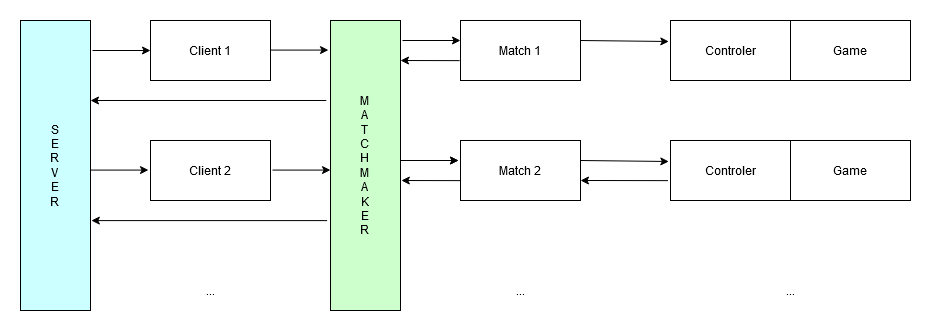
Earlier version of the draw.io export deliverables/img/VirtualMatches.png (rickycorte/ing-sw-2020-attorre-burduja-cortelazzo). Source tidied: cells renumbered, new cells last; positions are measured from the earlier drawing's top-left corner, leaving out a move shared by most shapes. Its diagram source:
```xml
<mxGraphModel>
  <root>
    <mxCell id="0" />
    <mxCell id="1" parent="0" />
    <mxCell id="2" value="Client 1" style="rounded=0;whiteSpace=wrap;html=1;" parent="1" vertex="1">
      <mxGeometry x="130" width="120" height="60" as="geometry" />
    </mxCell>
    <mxCell id="3" value="Client 2" style="rounded=0;whiteSpace=wrap;html=1;" parent="1" vertex="1">
      <mxGeometry x="130" y="120" width="120" height="60" as="geometry" />
    </mxCell>
    <mxCell id="4" value="&lt;div&gt;M&lt;/div&gt;&lt;div&gt;A&lt;br&gt;T&lt;br&gt;C&lt;/div&gt;&lt;div&gt;H&lt;/div&gt;&lt;div&gt;M&lt;/div&gt;&lt;div&gt;A&lt;/div&gt;&lt;div&gt;K&lt;/div&gt;&lt;div&gt;E&lt;/div&gt;&lt;div&gt;R&lt;br&gt;&lt;/div&gt;" style="rounded=0;whiteSpace=wrap;html=1;fillColor=#CCFFCC;" parent="1" vertex="1">
      <mxGeometry x="310" width="70" height="290" as="geometry" />
    </mxCell>
    <mxCell id="5" value="Match 1" style="rounded=0;whiteSpace=wrap;html=1;" parent="1" vertex="1">
      <mxGeometry x="440" width="120" height="60" as="geometry" />
    </mxCell>
    <mxCell id="6" value="Match 2" style="rounded=0;whiteSpace=wrap;html=1;" parent="1" vertex="1">
      <mxGeometry x="440" y="120" width="120" height="60" as="geometry" />
    </mxCell>
    <mxCell id="7" value="..." style="text;html=1;strokeColor=none;fillColor=none;align=center;verticalAlign=middle;whiteSpace=wrap;rounded=0;" parent="1" vertex="1">
      <mxGeometry x="170" y="260" width="40" height="20" as="geometry" />
    </mxCell>
    <mxCell id="8" value="..." style="text;html=1;strokeColor=none;fillColor=none;align=center;verticalAlign=middle;whiteSpace=wrap;rounded=0;" parent="1" vertex="1">
      <mxGeometry x="480" y="260" width="40" height="20" as="geometry" />
    </mxCell>
    <mxCell id="9" value="Controler" style="rounded=0;whiteSpace=wrap;html=1;" parent="1" vertex="1">
      <mxGeometry x="650" width="120" height="60" as="geometry" />
    </mxCell>
    <mxCell id="10" value="Game" style="rounded=0;whiteSpace=wrap;html=1;fillColor=#FFFFFF;" parent="1" vertex="1">
      <mxGeometry x="770" width="120" height="60" as="geometry" />
    </mxCell>
    <mxCell id="11" value="Controler" style="rounded=0;whiteSpace=wrap;html=1;" parent="1" vertex="1">
      <mxGeometry x="650" y="120" width="120" height="60" as="geometry" />
    </mxCell>
    <mxCell id="12" value="Game" style="rounded=0;whiteSpace=wrap;html=1;" parent="1" vertex="1">
      <mxGeometry x="770" y="120" width="120" height="60" as="geometry" />
    </mxCell>
    <mxCell id="13" value="..." style="text;html=1;strokeColor=none;fillColor=none;align=center;verticalAlign=middle;whiteSpace=wrap;rounded=0;" parent="1" vertex="1">
      <mxGeometry x="750" y="260" width="40" height="20" as="geometry" />
    </mxCell>
    <mxCell id="14" style="endArrow=classic;html=1;entryX=0;entryY=0.5;entryDx=0;entryDy=0;" parent="1" edge="1" target="2">
      <mxGeometry relative="1" as="geometry">
        <mxPoint x="72" y="30" as="sourcePoint" />
      </mxGeometry>
    </mxCell>
    <mxCell id="15" style="endArrow=classic;html=1;entryX=0;entryY=0.5;entryDx=0;entryDy=0;" parent="1" edge="1">
      <mxGeometry relative="1" as="geometry">
        <mxPoint x="70" y="149.6" as="sourcePoint" />
        <mxPoint x="128" y="149.6" as="targetPoint" />
      </mxGeometry>
    </mxCell>
    <mxCell id="16" style="endArrow=classic;html=1;entryX=0;entryY=0.5;entryDx=0;entryDy=0;" parent="1" edge="1">
      <mxGeometry relative="1" as="geometry">
        <mxPoint x="250" y="29.6" as="sourcePoint" />
        <mxPoint x="308" y="29.6" as="targetPoint" />
      </mxGeometry>
    </mxCell>
    <mxCell id="17" style="endArrow=classic;html=1;entryX=0;entryY=0.5;entryDx=0;entryDy=0;" parent="1" edge="1">
      <mxGeometry relative="1" as="geometry">
        <mxPoint x="252" y="149.6" as="sourcePoint" />
        <mxPoint x="310" y="149.6" as="targetPoint" />
      </mxGeometry>
    </mxCell>
    <mxCell id="18" style="endArrow=classic;html=1;entryX=0;entryY=0.5;entryDx=0;entryDy=0;" parent="1" edge="1">
      <mxGeometry relative="1" as="geometry">
        <mxPoint x="382" y="20" as="sourcePoint" />
        <mxPoint x="440" y="20" as="targetPoint" />
      </mxGeometry>
    </mxCell>
    <mxCell id="19" style="endArrow=classic;html=1;entryX=0;entryY=0.5;entryDx=0;entryDy=0;" parent="1" edge="1">
      <mxGeometry relative="1" as="geometry">
        <mxPoint x="380" y="140" as="sourcePoint" />
        <mxPoint x="438" y="140" as="targetPoint" />
      </mxGeometry>
    </mxCell>
    <mxCell id="20" style="endArrow=classic;html=1;entryX=1.012;entryY=0.69;entryDx=0;entryDy=0;entryPerimeter=0;exitX=-0.048;exitY=0.69;exitDx=0;exitDy=0;exitPerimeter=0;" parent="1" edge="1" source="4" target="28">
      <mxGeometry relative="1" as="geometry" />
    </mxCell>
    <mxCell id="21" style="endArrow=classic;html=1;entryX=1.012;entryY=0.69;entryDx=0;entryDy=0;entryPerimeter=0;exitX=-0.048;exitY=0.69;exitDx=0;exitDy=0;exitPerimeter=0;" parent="1" edge="1">
      <mxGeometry relative="1" as="geometry">
        <mxPoint x="305.8" y="80" as="sourcePoint" />
        <mxPoint x="70" y="80" as="targetPoint" />
      </mxGeometry>
    </mxCell>
    <mxCell id="22" style="endArrow=classic;html=1;exitX=-0.007;exitY=0.669;exitDx=0;exitDy=0;exitPerimeter=0;" parent="1" edge="1" source="5">
      <mxGeometry relative="1" as="geometry">
        <mxPoint x="380" y="40" as="targetPoint" />
      </mxGeometry>
    </mxCell>
    <mxCell id="23" style="endArrow=classic;html=1;entryX=-0.014;entryY=0.35;entryDx=0;entryDy=0;entryPerimeter=0;" parent="1" edge="1" target="9">
      <mxGeometry relative="1" as="geometry">
        <mxPoint x="560" y="20" as="sourcePoint" />
      </mxGeometry>
    </mxCell>
    <mxCell id="24" style="endArrow=classic;html=1;exitX=-0.007;exitY=0.669;exitDx=0;exitDy=0;exitPerimeter=0;" parent="1" edge="1">
      <mxGeometry relative="1" as="geometry">
        <mxPoint x="440" y="160.1" as="sourcePoint" />
        <mxPoint x="380.8" y="160" as="targetPoint" />
      </mxGeometry>
    </mxCell>
    <mxCell id="25" style="endArrow=classic;html=1;entryX=0;entryY=0.5;entryDx=0;entryDy=0;" parent="1" edge="1">
      <mxGeometry relative="1" as="geometry">
        <mxPoint x="380" y="140" as="sourcePoint" />
        <mxPoint x="438" y="140" as="targetPoint" />
      </mxGeometry>
    </mxCell>
    <mxCell id="26" style="endArrow=classic;html=1;entryX=-0.014;entryY=0.35;entryDx=0;entryDy=0;entryPerimeter=0;" parent="1" edge="1" target="11">
      <mxGeometry relative="1" as="geometry">
        <mxPoint x="560" y="140" as="sourcePoint" />
      </mxGeometry>
    </mxCell>
    <mxCell id="27" style="endArrow=classic;html=1;exitX=-0.021;exitY=0.669;exitDx=0;exitDy=0;exitPerimeter=0;" parent="1" edge="1" source="11">
      <mxGeometry relative="1" as="geometry">
        <mxPoint x="560" y="160" as="targetPoint" />
      </mxGeometry>
    </mxCell>
    <mxCell id="28" value="&lt;div&gt;S&lt;/div&gt;&lt;div&gt;E&lt;/div&gt;&lt;div&gt;R&lt;/div&gt;&lt;div&gt;V&lt;/div&gt;&lt;div&gt;E&lt;/div&gt;&lt;div&gt;R&lt;br&gt;&lt;/div&gt;" style="rounded=0;whiteSpace=wrap;html=1;shadow=0;strokeColor=#000000;fillColor=#CCFFFF;" parent="1" vertex="1">
      <mxGeometry width="70" height="290" as="geometry" />
    </mxCell>
  </root>
</mxGraphModel>
```
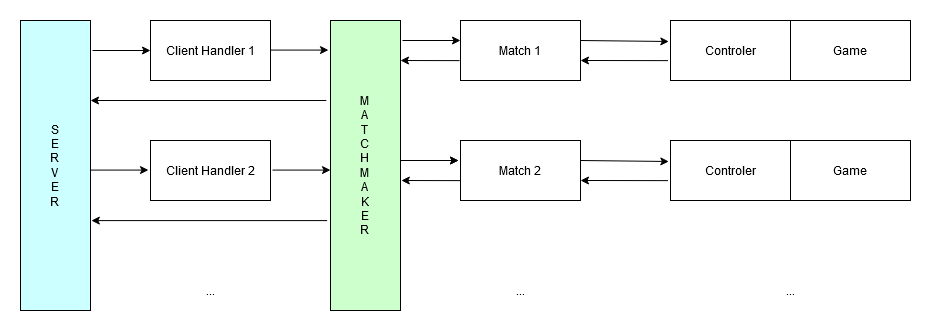
Above is the later version.

Diff of the diagram source:
```diff
@@ -2,10 +2,10 @@
   <root>
     <mxCell id="0" />
     <mxCell id="1" parent="0" />
-    <mxCell id="2" value="Client 1" style="rounded=0;whiteSpace=wrap;html=1;" parent="1" vertex="1">
+    <mxCell id="2" value="Client Handler 1" style="rounded=0;whiteSpace=wrap;html=1;" parent="1" vertex="1">
       <mxGeometry x="130" width="120" height="60" as="geometry" />
     </mxCell>
-    <mxCell id="3" value="Client 2" style="rounded=0;whiteSpace=wrap;html=1;" parent="1" vertex="1">
+    <mxCell id="3" value="Client Handler 2" style="rounded=0;whiteSpace=wrap;html=1;" parent="1" vertex="1">
       <mxGeometry x="130" y="120" width="120" height="60" as="geometry" />
     </mxCell>
     <mxCell id="4" value="&lt;div&gt;M&lt;/div&gt;&lt;div&gt;A&lt;br&gt;T&lt;br&gt;C&lt;/div&gt;&lt;div&gt;H&lt;/div&gt;&lt;div&gt;M&lt;/div&gt;&lt;div&gt;A&lt;/div&gt;&lt;div&gt;K&lt;/div&gt;&lt;div&gt;E&lt;/div&gt;&lt;div&gt;R&lt;br&gt;&lt;/div&gt;" style="rounded=0;whiteSpace=wrap;html=1;fillColor=#CCFFCC;" parent="1" vertex="1">
@@ -117,5 +117,11 @@
     <mxCell id="28" value="&lt;div&gt;S&lt;/div&gt;&lt;div&gt;E&lt;/div&gt;&lt;div&gt;R&lt;/div&gt;&lt;div&gt;V&lt;/div&gt;&lt;div&gt;E&lt;/div&gt;&lt;div&gt;R&lt;br&gt;&lt;/div&gt;" style="rounded=0;whiteSpace=wrap;html=1;shadow=0;strokeColor=#000000;fillColor=#CCFFFF;" parent="1" vertex="1">
       <mxGeometry width="70" height="290" as="geometry" />
     </mxCell>
+    <mxCell id="29" style="endArrow=classic;html=1;exitX=-0.021;exitY=0.669;exitDx=0;exitDy=0;exitPerimeter=0;" parent="1" edge="1">
+      <mxGeometry relative="1" as="geometry">
+        <mxPoint x="647.5" y="40.1" as="sourcePoint" />
+        <mxPoint x="560" y="40" as="targetPoint" />
+      </mxGeometry>
+    </mxCell>
   </root>
 </mxGraphModel>
```
